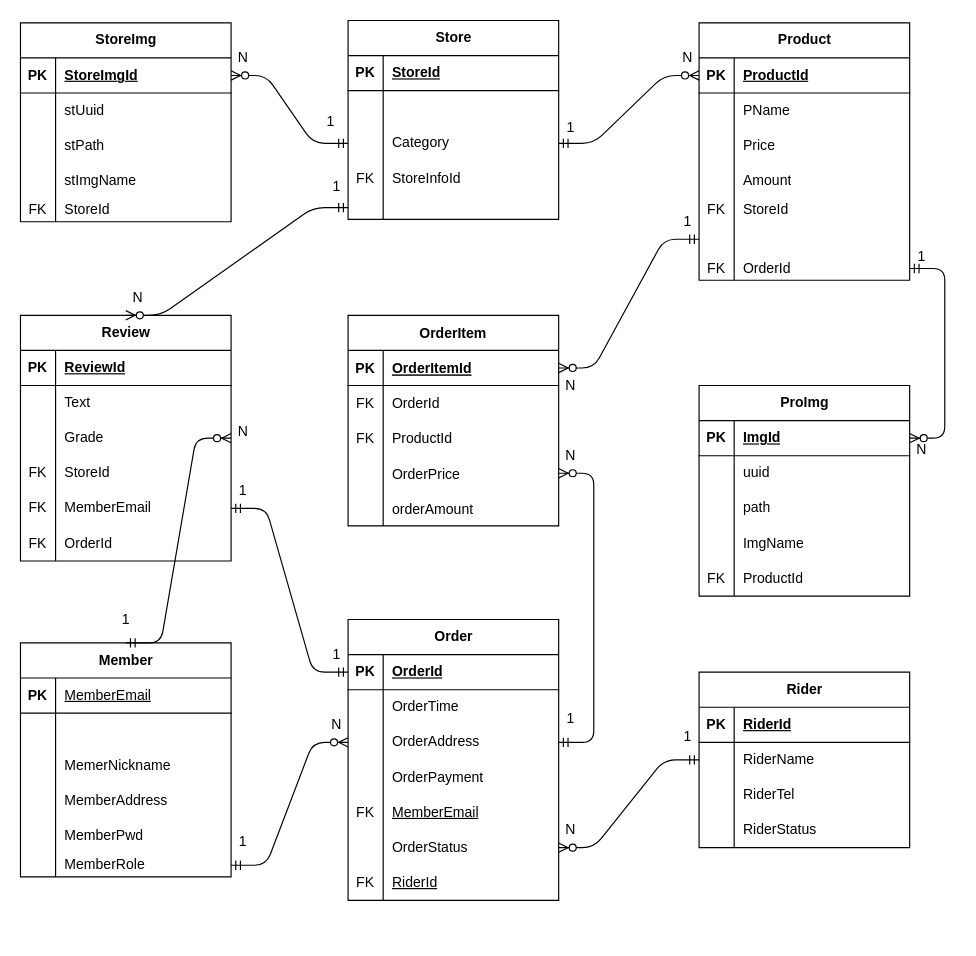
The draw.io diagram target/classes/com/example/sijangtong/erd/sijangtong.drawio in brian110326/sijangtong, before the edit. Source tidied: cells renumbered, new cells numbered last; positions are measured from the earlier drawing's top-left corner, leaving out a move shared by most shapes. Both pictures are drawn from the tidied source at 117%, with x=0, y=0 at pixel (20, 20).
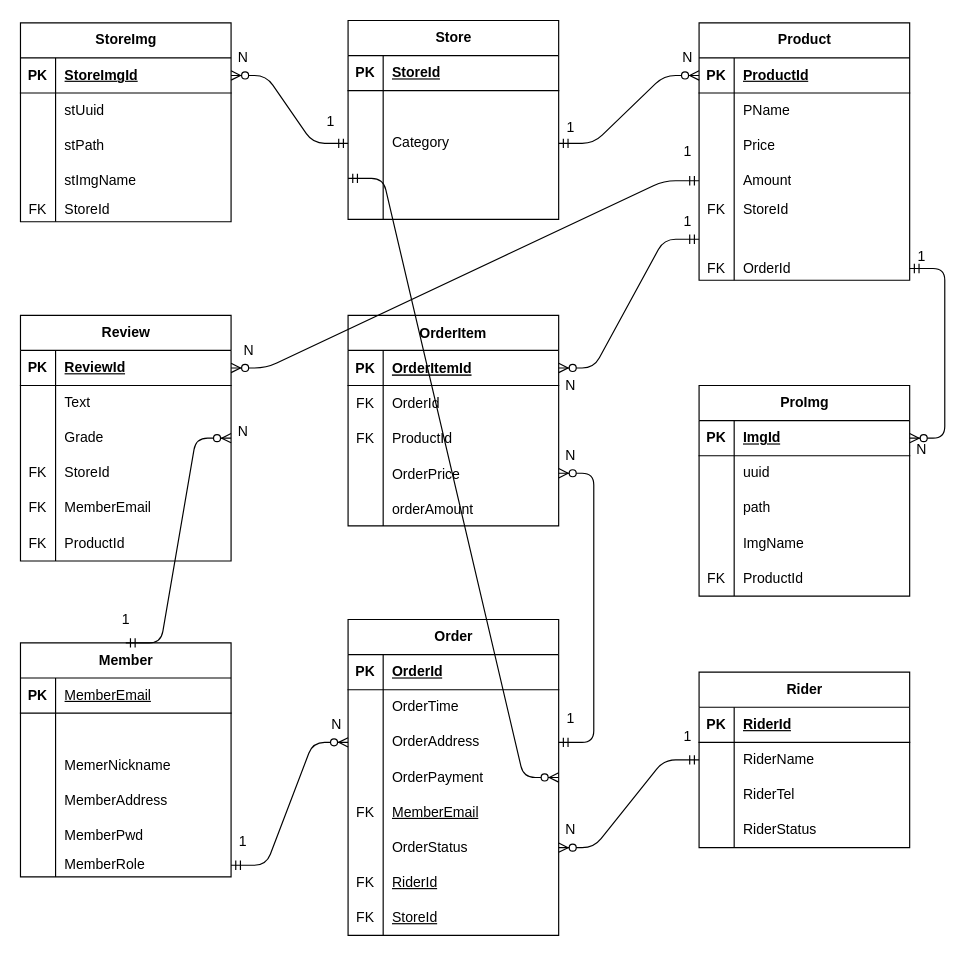
Above is the later version.

Unchanged cells that the change refers to:
```xml
<mxCell id="12" style="shape=tableRow;horizontal=0;startSize=0;swimlaneHead=0;swimlaneBody=0;fillColor=none;points=[[0,0.5],[1,0.5]];portConstraint=eastwest;top=0;left=0;right=0;bottom=0;" parent="2" vertex="1">
  <mxGeometry y="120" width="180" height="30" as="geometry" />
</mxCell>
<mxCell id="15" style="shape=tableRow;horizontal=0;startSize=0;swimlaneHead=0;swimlaneBody=0;fillColor=none;points=[[0,0.5],[1,0.5]];portConstraint=eastwest;top=0;left=0;right=0;bottom=0;" parent="2" vertex="1">
  <mxGeometry y="150" width="180" height="20" as="geometry" />
</mxCell>
<mxCell id="28" style="shape=tableRow;horizontal=0;startSize=0;swimlaneHead=0;swimlaneBody=0;fillColor=none;points=[[0,0.5],[1,0.5]];portConstraint=eastwest;top=0;left=0;right=0;bottom=0;" parent="18" vertex="1">
  <mxGeometry y="120" width="180" height="30" as="geometry" />
</mxCell>
<mxCell id="60" style="shape=tableRow;horizontal=0;startSize=0;swimlaneHead=0;swimlaneBody=0;fillColor=none;points=[[0,0.5],[1,0.5]];portConstraint=eastwest;top=0;left=0;right=0;bottom=1;" parent="59" vertex="1">
  <mxGeometry y="30" width="180" height="30" as="geometry" />
</mxCell>
<mxCell id="69" style="shape=tableRow;horizontal=0;startSize=0;swimlaneHead=0;swimlaneBody=0;fillColor=none;points=[[0,0.5],[1,0.5]];portConstraint=eastwest;top=0;left=0;right=0;bottom=0;" parent="59" vertex="1">
  <mxGeometry y="120" width="180" height="30" as="geometry" />
</mxCell>
<mxCell id="81" value="Review" style="shape=table;startSize=30;childLayout=tableLayout;rowLines=0;fontStyle=1;align=center;html=1;" parent="1" vertex="1">
  <mxGeometry y="252" width="180" height="210" as="geometry" />
</mxCell>
<mxCell id="82" style="shape=tableRow;horizontal=0;startSize=0;swimlaneHead=0;swimlaneBody=0;fillColor=none;points=[[0,0.5],[1,0.5]];portConstraint=eastwest;top=0;left=0;right=0;bottom=1;" parent="81" vertex="1">
  <mxGeometry y="30" width="180" height="30" as="geometry" />
</mxCell>
<mxCell id="94" style="shape=tableRow;horizontal=0;startSize=0;swimlaneHead=0;swimlaneBody=0;fillColor=none;points=[[0,0.5],[1,0.5]];portConstraint=eastwest;top=0;left=0;right=0;bottom=0;" parent="81" vertex="1">
  <mxGeometry y="150" width="180" height="30" as="geometry" />
</mxCell>
<mxCell id="97" style="shape=tableRow;horizontal=0;startSize=0;swimlaneHead=0;swimlaneBody=0;fillColor=none;top=0;left=0;right=0;bottom=0;" parent="81" vertex="1">
  <mxGeometry y="180" width="180" height="30" as="geometry" />
</mxCell>
```

Change to the diagram source:
```diff
@@
-    <mxCell id="13" value="FK" style="shape=partialRectangle;fillColor=none;top=0;left=0;bottom=0;right=0;overflow=hidden;whiteSpace=wrap;html=1;" parent="12" vertex="1">
+    <mxCell id="13" style="shape=partialRectangle;fillColor=none;top=0;left=0;bottom=0;right=0;overflow=hidden;whiteSpace=wrap;html=1;" parent="12" vertex="1">
       <mxGeometry width="30" height="30" as="geometry" />
     </mxCell>
-    <mxCell id="14" value="StoreInfoId" style="shape=partialRectangle;fillColor=none;top=0;left=0;bottom=0;right=0;align=left;spacingLeft=6;overflow=hidden;whiteSpace=wrap;html=1;" parent="12" vertex="1">
+    <mxCell id="14" style="shape=partialRectangle;fillColor=none;top=0;left=0;bottom=0;right=0;align=left;spacingLeft=6;overflow=hidden;whiteSpace=wrap;html=1;" parent="12" vertex="1">
       <mxGeometry x="30" width="150" height="30" as="geometry" />
     </mxCell>
@@
     <mxCell id="59" value="Order" style="shape=table;startSize=30;childLayout=tableLayout;rowLines=0;fontStyle=1;align=center;html=1;" parent="1" vertex="1">
-      <mxGeometry x="280" y="512" width="180" height="240" as="geometry" />
+      <mxGeometry x="280" y="512" width="180" height="270" as="geometry" />
     </mxCell>
@@
+    <mxCell id="191" style="shape=tableRow;horizontal=0;startSize=0;swimlaneHead=0;swimlaneBody=0;fillColor=none;top=0;left=0;right=0;bottom=0;" parent="59" vertex="1">
+      <mxGeometry y="240" width="180" height="30" as="geometry" />
+    </mxCell>
+    <mxCell id="192" value="FK" style="shape=partialRectangle;fillColor=none;top=0;left=0;bottom=0;right=0;overflow=hidden;whiteSpace=wrap;html=1;" parent="191" vertex="1">
+      <mxGeometry width="30" height="30" as="geometry" />
+    </mxCell>
+    <mxCell id="193" value="&lt;span style=&quot;text-decoration-line: underline;&quot;&gt;StoreId&lt;/span&gt;" style="shape=partialRectangle;fillColor=none;top=0;left=0;bottom=0;right=0;align=left;spacingLeft=6;overflow=hidden;whiteSpace=wrap;html=1;" parent="191" vertex="1">
+      <mxGeometry x="30" width="150" height="30" as="geometry" />
+    </mxCell>
@@
-    <mxCell id="99" value="OrderId" style="shape=partialRectangle;fillColor=none;top=0;left=0;bottom=0;right=0;align=left;spacingLeft=6;overflow=hidden;whiteSpace=wrap;html=1;" parent="97" vertex="1">
+    <mxCell id="99" value="ProductId" style="shape=partialRectangle;fillColor=none;top=0;left=0;bottom=0;right=0;align=left;spacingLeft=6;overflow=hidden;whiteSpace=wrap;html=1;" parent="97" vertex="1">
       <mxGeometry x="30" width="150" height="30" as="geometry" />
     </mxCell>
@@
-    <mxCell id="161" style="edgeStyle=entityRelationEdgeStyle;fontSize=12;html=1;endArrow=ERzeroToMany;startArrow=ERmandOne;entryX=0.5;entryY=0;entryDx=0;entryDy=0;exitX=0;exitY=0.5;exitDx=0;exitDy=0;" parent="1" edge="1" source="15" target="81">
-      <mxGeometry relative="1" as="geometry" />
-    </mxCell>
@@
-    <mxCell id="166" style="edgeStyle=entityRelationEdgeStyle;fontSize=12;html=1;endArrow=ERmandOne;startArrow=ERmandOne;exitX=1;exitY=0.5;exitDx=0;exitDy=0;entryX=0;entryY=0.5;entryDx=0;entryDy=0;" parent="1" edge="1" source="94" target="60">
-      <mxGeometry relative="1" as="geometry" />
-    </mxCell>
@@
-    <mxCell id="173" value="1" style="text;html=1;align=center;verticalAlign=middle;strokeColor=none;fillColor=none;" parent="1" vertex="1">
-      <mxGeometry x="255" y="127" width="30" height="30" as="geometry" />
-    </mxCell>
-    <mxCell id="174" value="N" style="text;html=1;align=center;verticalAlign=middle;strokeColor=none;fillColor=none;" parent="1" vertex="1">
-      <mxGeometry x="85" y="222" width="30" height="30" as="geometry" />
-    </mxCell>
@@
-    <mxCell id="180" value="1" style="text;html=1;align=center;verticalAlign=middle;strokeColor=none;fillColor=none;" parent="1" vertex="1">
-      <mxGeometry x="175" y="387" width="30" height="30" as="geometry" />
-    </mxCell>
-    <mxCell id="181" value="1" style="text;html=1;align=center;verticalAlign=middle;strokeColor=none;fillColor=none;" parent="1" vertex="1">
-      <mxGeometry x="255" y="527" width="30" height="30" as="geometry" />
-    </mxCell>
@@
+    <mxCell id="194" value="1" style="text;html=1;align=center;verticalAlign=middle;strokeColor=none;fillColor=none;" parent="1" vertex="1">
+      <mxGeometry x="555" y="97" width="30" height="30" as="geometry" />
+    </mxCell>
+    <mxCell id="174" value="N" style="text;html=1;align=center;verticalAlign=middle;strokeColor=none;fillColor=none;" parent="1" vertex="1">
+      <mxGeometry x="180" y="267" width="30" height="30" as="geometry" />
+    </mxCell>
+    <mxCell id="195" style="edgeStyle=entityRelationEdgeStyle;fontSize=12;html=1;endArrow=ERzeroToMany;startArrow=ERmandOne;exitX=0;exitY=0.5;exitDx=0;exitDy=0;entryX=1;entryY=0.5;entryDx=0;entryDy=0;" parent="1" edge="1" source="28" target="82">
+      <mxGeometry relative="1" as="geometry" />
+    </mxCell>
+    <mxCell id="196" style="edgeStyle=entityRelationEdgeStyle;fontSize=12;html=1;endArrow=ERzeroToMany;startArrow=ERmandOne;entryX=1;entryY=0.5;entryDx=0;entryDy=0;exitX=0;exitY=0.5;exitDx=0;exitDy=0;" parent="1" edge="1" source="12" target="69">
+      <mxGeometry relative="1" as="geometry" />
+    </mxCell>
```
